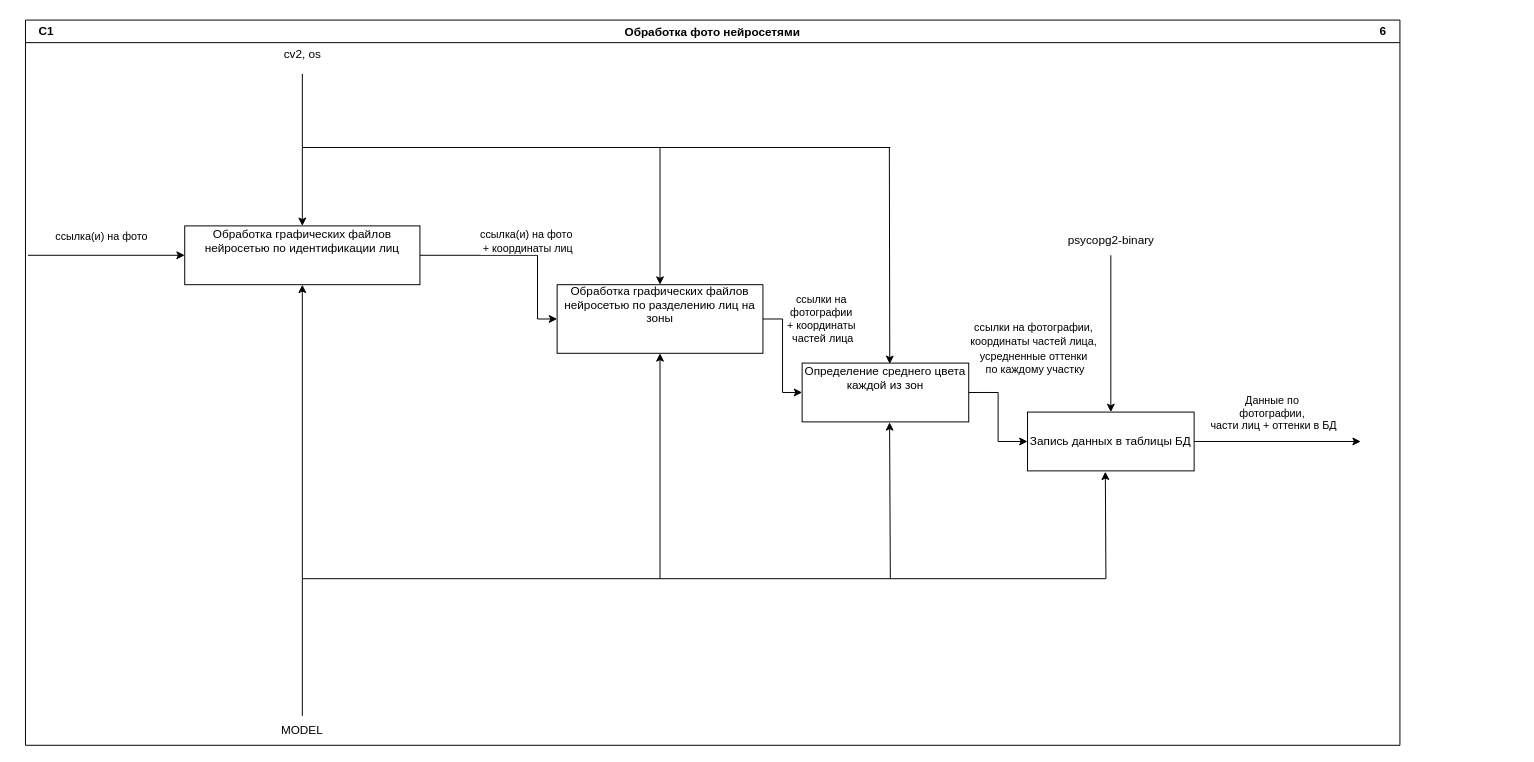
This is page "Обработка фото нейросетями (С1)" (6 of 7) of documentation/Диаграмма без названия.drawio from DashaTkach/Project, a draw.io file, before an edit. Source tidied: cells renumbered, new cells numbered last; positions are measured from the earlier drawing's top-left corner, leaving out a move shared by most shapes. Both pictures are drawn from the tidied source at 98%, with x=0, y=0 at pixel (17, 17).
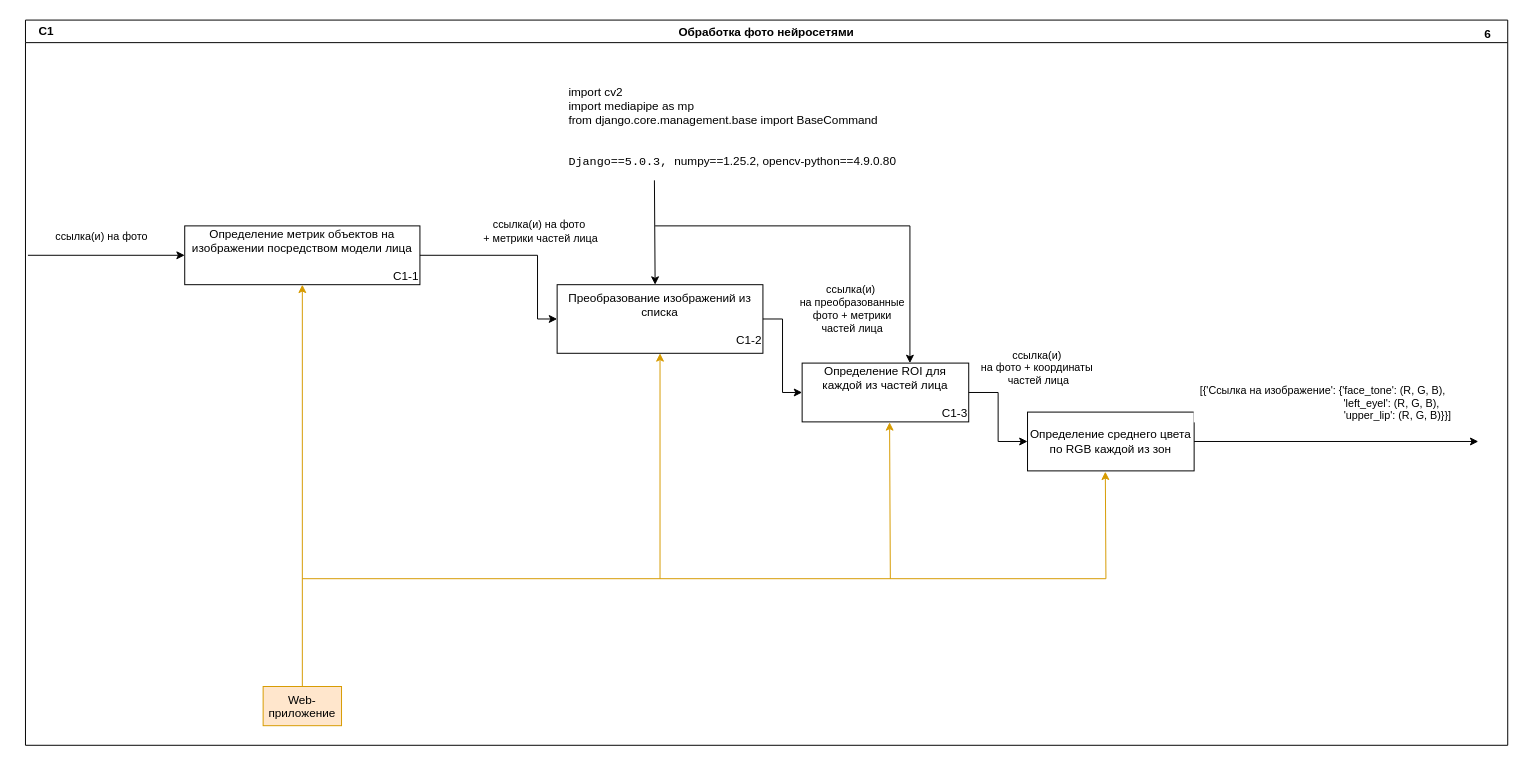
Above is the later version.

What changed in the source:
```diff
@@
-    <mxCell id="2" value="Обработка графических файлов нейросетью по идентификации лиц&lt;br&gt;&lt;br&gt;&lt;div style=&quot;text-align: right;&quot;&gt;&lt;br&gt;&lt;/div&gt;" style="rounded=0;whiteSpace=wrap;html=1;" parent="1" vertex="1">
+    <mxCell id="2" value="&lt;div style=&quot;&quot;&gt;Определение метрик объектов на изображении посредством модели лица&lt;/div&gt;&lt;div style=&quot;&quot;&gt;&lt;br&gt;&lt;/div&gt;&lt;div style=&quot;text-align: right;&quot;&gt;С1-1&lt;/div&gt;" style="rounded=0;whiteSpace=wrap;html=1;align=center;" parent="1" vertex="1">
       <mxGeometry x="171" y="213" width="240" height="60" as="geometry" />
     </mxCell>
-    <mxCell id="3" value="Обработка графических файлов нейросетью по разделению лиц на зоны&lt;br&gt;&lt;br&gt;&lt;div style=&quot;text-align: right;&quot;&gt;&lt;br&gt;&lt;/div&gt;" style="rounded=0;whiteSpace=wrap;html=1;" parent="1" vertex="1">
+    <mxCell id="3" value="&lt;div style=&quot;&quot;&gt;Преобразование изображений из списка&lt;/div&gt;&lt;div style=&quot;text-align: right;&quot;&gt;&lt;br&gt;&lt;/div&gt;&lt;div style=&quot;text-align: right;&quot;&gt;С1-2&lt;/div&gt;" style="rounded=0;whiteSpace=wrap;html=1;" parent="1" vertex="1">
       <mxGeometry x="551" y="273" width="210" height="70" as="geometry" />
     </mxCell>
-    <mxCell id="4" value="Определение среднего цвета каждой из зон&lt;br&gt;&lt;br&gt;&lt;div style=&quot;text-align: right;&quot;&gt;&lt;br&gt;&lt;/div&gt;" style="rounded=0;whiteSpace=wrap;html=1;" parent="1" vertex="1">
+    <mxCell id="4" value="&lt;div style=&quot;&quot;&gt;Определение ROI для каждой из частей лица&lt;/div&gt;&lt;div style=&quot;&quot;&gt;&lt;br&gt;&lt;/div&gt;&lt;div style=&quot;text-align: right;&quot;&gt;С1-3&lt;/div&gt;" style="rounded=0;whiteSpace=wrap;html=1;align=center;" parent="1" vertex="1">
       <mxGeometry x="801" y="353" width="170" height="60" as="geometry" />
     </mxCell>
@@
-    <mxCell id="9" style="endArrow=classic;html=1;rounded=0;entryX=0.5;entryY=1;entryDx=0;entryDy=0;exitX=0.5;exitY=0;exitDx=0;exitDy=0;" parent="1" edge="1" source="10" target="2">
+    <mxCell id="9" style="endArrow=classic;html=1;rounded=0;entryX=0.5;entryY=1;entryDx=0;entryDy=0;exitX=0.5;exitY=0;exitDx=0;exitDy=0;fillColor=#ffe6cc;strokeColor=#d79b00;" parent="1" edge="1" source="34" target="2">
       <mxGeometry relative="1" as="geometry" />
     </mxCell>
-    <mxCell id="10" value="MODEL" style="text;html=1;align=center;verticalAlign=middle;whiteSpace=wrap;rounded=0;" parent="1" vertex="1">
-      <mxGeometry x="261" y="713" width="60" height="30" as="geometry" />
-    </mxCell>
-    <mxCell id="11" style="endArrow=none;html=1;rounded=0;" parent="1" edge="1">
+    <mxCell id="11" style="endArrow=none;html=1;rounded=0;fillColor=#ffe6cc;strokeColor=#d79b00;" parent="1" edge="1">
       <mxGeometry relative="1" as="geometry">
         <mxPoint x="291" y="573" as="sourcePoint" />
         <mxPoint x="1111" y="573" as="targetPoint" />
       </mxGeometry>
     </mxCell>
-    <mxCell id="12" style="endArrow=classic;html=1;rounded=0;entryX=0.5;entryY=1;entryDx=0;entryDy=0;" parent="1" edge="1" target="3">
+    <mxCell id="12" style="endArrow=classic;html=1;rounded=0;entryX=0.5;entryY=1;entryDx=0;entryDy=0;fillColor=#ffe6cc;strokeColor=#d79b00;" parent="1" edge="1" target="3">
       <mxGeometry relative="1" as="geometry">
         <mxPoint x="656" y="573" as="sourcePoint" />
       </mxGeometry>
     </mxCell>
-    <mxCell id="13" style="endArrow=classic;html=1;rounded=0;entryX=0.525;entryY=1.007;entryDx=0;entryDy=0;entryPerimeter=0;" parent="1" edge="1" target="4">
+    <mxCell id="13" style="endArrow=classic;html=1;rounded=0;entryX=0.525;entryY=1.007;entryDx=0;entryDy=0;entryPerimeter=0;fillColor=#ffe6cc;strokeColor=#d79b00;" parent="1" edge="1" target="4">
       <mxGeometry relative="1" as="geometry">
         <mxPoint x="891" y="573" as="sourcePoint" />
       </mxGeometry>
     </mxCell>
@@
-    <mxCell id="15" style="endArrow=classic;html=1;rounded=0;exitX=0.5;exitY=1;exitDx=0;exitDy=0;entryX=0.5;entryY=0;entryDx=0;entryDy=0;" parent="1" edge="1" target="2">
-      <mxGeometry relative="1" as="geometry">
-        <mxPoint x="291" y="58" as="sourcePoint" />
-      </mxGeometry>
-    </mxCell>
-    <mxCell id="16" style="endArrow=classic;html=1;rounded=0;entryX=0.5;entryY=0;entryDx=0;entryDy=0;" parent="1" edge="1" target="3">
+    <mxCell id="16" style="endArrow=classic;html=1;rounded=0;exitX=0.241;exitY=0.983;exitDx=0;exitDy=0;exitPerimeter=0;" parent="1" edge="1" source="35">
       <mxGeometry relative="1" as="geometry">
-        <mxPoint x="656" y="133" as="sourcePoint" />
+        <mxPoint x="651" y="273" as="targetPoint" />
       </mxGeometry>
     </mxCell>
-    <mxCell id="17" value="cv2, os" style="text;html=1;align=center;verticalAlign=middle;whiteSpace=wrap;rounded=0;" parent="1" vertex="1">
-      <mxGeometry x="208.5" y="23" width="165" height="30" as="geometry" />
-    </mxCell>
-    <mxCell id="18" style="endArrow=classic;html=1;rounded=0;entryX=0.526;entryY=0.015;entryDx=0;entryDy=0;entryPerimeter=0;" parent="1" edge="1" target="4">
-      <mxGeometry relative="1" as="geometry">
-        <mxPoint x="890" y="133" as="sourcePoint" />
-      </mxGeometry>
-    </mxCell>
-    <mxCell id="19" value="ссылка(и) на фото&amp;nbsp;&lt;div&gt;+ координаты лиц&lt;/div&gt;" style="edgeLabel;html=1;align=center;verticalAlign=middle;" parent="1" vertex="1">
+    <mxCell id="19" value="ссылка(и) на фото&amp;nbsp;&lt;div&gt;+ метрики частей лица&lt;/div&gt;" style="edgeLabel;html=1;align=center;verticalAlign=middle;" parent="1" vertex="1">
       <mxGeometry x="511" y="223" as="geometry">
-        <mxPoint x="9" y="5" as="offset" />
+        <mxPoint x="22" y="-5" as="offset" />
       </mxGeometry>
     </mxCell>
-    <mxCell id="20" style="endArrow=none;html=1;rounded=0;" parent="1" edge="1">
-      <mxGeometry relative="1" as="geometry">
-        <mxPoint x="291" y="133" as="sourcePoint" />
-        <mxPoint x="891" y="133" as="targetPoint" />
-      </mxGeometry>
-    </mxCell>
-    <mxCell id="21" value="&lt;div style=&quot;&quot;&gt;Запись данных в таблицы БД&lt;/div&gt;" style="rounded=0;whiteSpace=wrap;html=1;align=center;" parent="1" vertex="1">
+    <mxCell id="21" value="&lt;div style=&quot;&quot;&gt;Определение среднего цвета по RGB каждой из зон&lt;br&gt;&lt;/div&gt;" style="rounded=0;whiteSpace=wrap;html=1;align=center;" parent="1" vertex="1">
       <mxGeometry x="1031" y="403" width="170" height="60" as="geometry" />
     </mxCell>
     <mxCell id="22" style="endArrow=classic;html=1;rounded=0;exitX=1;exitY=0.5;exitDx=0;exitDy=0;" parent="1" edge="1" source="21">
       <mxGeometry relative="1" as="geometry">
-        <mxPoint x="1371" y="433" as="targetPoint" />
+        <mxPoint x="1491" y="433" as="targetPoint" />
       </mxGeometry>
     </mxCell>
-    <mxCell id="23" style="endArrow=classic;html=1;rounded=0;entryX=0.467;entryY=1.013;entryDx=0;entryDy=0;entryPerimeter=0;" parent="1" edge="1" target="21">
+    <mxCell id="23" style="endArrow=classic;html=1;rounded=0;entryX=0.467;entryY=1.013;entryDx=0;entryDy=0;entryPerimeter=0;fillColor=#ffe6cc;strokeColor=#d79b00;" parent="1" edge="1" target="21">
       <mxGeometry relative="1" as="geometry">
         <mxPoint x="1111" y="573" as="sourcePoint" />
       </mxGeometry>
     </mxCell>
     <mxCell id="24" value="Обработка фото нейросетями" style="swimlane;" parent="1" vertex="1">
-      <mxGeometry x="8.5" y="3" width="1402.5" height="740" as="geometry" />
+      <mxGeometry x="8.5" y="3" width="1512.5" height="740" as="geometry" />
     </mxCell>
@@
     <mxCell id="26" value="&lt;b&gt;6&lt;/b&gt;" style="text;html=1;align=center;verticalAlign=middle;whiteSpace=wrap;rounded=0;" parent="24" vertex="1">
-      <mxGeometry x="1355.5" y="-3" width="60" height="30" as="geometry" />
+      <mxGeometry x="1462.5" width="60" height="30" as="geometry" />
     </mxCell>
-    <mxCell id="27" value="Данные по&amp;nbsp;&lt;div&gt;фотографии,&amp;nbsp;&lt;div&gt;части лиц + оттенки в БД&lt;/div&gt;&lt;/div&gt;" style="edgeLabel;html=1;align=center;verticalAlign=middle;" parent="24" vertex="1">
-      <mxGeometry x="1252.5" y="410" as="geometry">
-        <mxPoint x="20" y="-10" as="offset" />
-      </mxGeometry>
-    </mxCell>
-    <mxCell id="28" value="ссылки на&amp;nbsp;&lt;div&gt;фотографии&amp;nbsp;&lt;div&gt;+ координаты&amp;nbsp;&lt;/div&gt;&lt;div&gt;частей лица&lt;/div&gt;&lt;/div&gt;" style="edgeLabel;html=1;align=center;verticalAlign=middle;" parent="24" vertex="1">
-      <mxGeometry x="822.5" y="350" as="geometry">
+    <mxCell id="28" value="ссылка(и)&amp;nbsp;&lt;div&gt;на преобразованные&lt;div&gt;&amp;nbsp;фото + метрики&amp;nbsp;&lt;/div&gt;&lt;div&gt;частей лица&lt;/div&gt;&lt;/div&gt;" style="edgeLabel;html=1;align=center;verticalAlign=middle;" parent="24" vertex="1">
+      <mxGeometry x="852.5" y="340" as="geometry">
         <mxPoint x="-10" y="-46" as="offset" />
       </mxGeometry>
     </mxCell>
-    <mxCell id="29" value="&lt;div style=&quot;text-align: center;&quot;&gt;&lt;span style=&quot;font-size: 11px; text-wrap: nowrap; background-color: rgb(255, 255, 255);&quot;&gt;ссылки на фотографии,&amp;nbsp;&lt;/span&gt;&lt;/div&gt;&lt;div style=&quot;text-align: center;&quot;&gt;&lt;span style=&quot;font-size: 11px; text-wrap: nowrap; background-color: rgb(255, 255, 255);&quot;&gt;координаты частей лица,&amp;nbsp;&lt;/span&gt;&lt;/div&gt;&lt;div style=&quot;text-align: center;&quot;&gt;&lt;span style=&quot;font-size: 11px; text-wrap: nowrap; background-color: rgb(255, 255, 255);&quot;&gt;усредненные оттенки&amp;nbsp;&lt;/span&gt;&lt;/div&gt;&lt;div style=&quot;text-align: center;&quot;&gt;&lt;span style=&quot;font-size: 11px; text-wrap: nowrap; background-color: rgb(255, 255, 255);&quot;&gt;по каждому участку&lt;/span&gt;&lt;/div&gt;" style="text;whiteSpace=wrap;html=1;" parent="24" vertex="1">
-      <mxGeometry x="962.5" y="300" width="180" height="80" as="geometry" />
-    </mxCell>
-    <mxCell id="30" value="psycopg2-binary" style="text;html=1;align=center;verticalAlign=middle;points=[];strokeColor=none;fillColor=none;" parent="24" vertex="1">
-      <mxGeometry x="1052.5" y="210" width="110" height="30" as="geometry" />
-    </mxCell>
-    <mxCell id="31" style="endArrow=classic;html=1;rounded=0;entryX=0.5;entryY=0;entryDx=0;entryDy=0;" parent="1" edge="1" source="30" target="21">
-      <mxGeometry relative="1" as="geometry" />
-    </mxCell>
+    <mxCell id="32" value="&lt;div&gt;[{'Ссылка на изображение': {'face_tone': (R, G, B),&lt;/div&gt;&lt;div&gt;&amp;nbsp; &amp;nbsp; &amp;nbsp; &amp;nbsp; &amp;nbsp; &amp;nbsp; &amp;nbsp; &amp;nbsp; &amp;nbsp; &amp;nbsp; &amp;nbsp; &amp;nbsp; &amp;nbsp; &amp;nbsp; &amp;nbsp; &amp;nbsp; &amp;nbsp; &amp;nbsp; &amp;nbsp; &amp;nbsp; &amp;nbsp; &amp;nbsp; &amp;nbsp; 'left_eyel': (R, G, B),&lt;/div&gt;&lt;div&gt;&amp;nbsp; &amp;nbsp; &amp;nbsp; &amp;nbsp; &amp;nbsp; &amp;nbsp; &amp;nbsp; &amp;nbsp; &amp;nbsp; &amp;nbsp; &amp;nbsp; &amp;nbsp; &amp;nbsp; &amp;nbsp; &amp;nbsp; &amp;nbsp; &amp;nbsp; &amp;nbsp; &amp;nbsp; &amp;nbsp; &amp;nbsp; &amp;nbsp; &amp;nbsp; &amp;nbsp; &amp;nbsp; 'upper_lip': (R, G, B)}}]&lt;/div&gt;" style="edgeLabel;html=1;align=center;verticalAlign=middle;" parent="24" vertex="1">
+      <mxGeometry x="1302.5" y="400" as="geometry">
+        <mxPoint x="20" y="-10" as="offset" />
+      </mxGeometry>
+    </mxCell>
+    <mxCell id="33" value="ссылка(и)&amp;nbsp;&lt;div&gt;на фото + координаты&amp;nbsp;&lt;div&gt;частей лица&lt;/div&gt;&lt;/div&gt;" style="edgeLabel;html=1;align=center;verticalAlign=middle;" parent="24" vertex="1">
+      <mxGeometry x="1042.5" y="400" as="geometry">
+        <mxPoint x="-10" y="-46" as="offset" />
+      </mxGeometry>
+    </mxCell>
+    <mxCell id="34" value="&lt;span style=&quot;color: rgb(0, 0, 0); font-family: Helvetica; font-size: 12px; font-style: normal; font-variant-ligatures: normal; font-variant-caps: normal; font-weight: 400; letter-spacing: normal; orphans: 2; text-indent: 0px; text-transform: none; widows: 2; word-spacing: 0px; -webkit-text-stroke-width: 0px; white-space: normal; text-decoration-thickness: initial; text-decoration-style: initial; text-decoration-color: initial; float: none; display: inline !important;&quot;&gt;Web-приложение&lt;/span&gt;" style="text;whiteSpace=wrap;html=1;fillColor=#ffe6cc;strokeColor=#d79b00;align=center;labelBackgroundColor=none;" parent="24" vertex="1">
+      <mxGeometry x="242.5" y="680" width="80" height="40" as="geometry" />
+    </mxCell>
+    <mxCell id="35" value="&lt;div style=&quot;&quot;&gt;&lt;div&gt;&lt;span style=&quot;&quot;&gt;import &lt;/span&gt;cv2&lt;br&gt;&lt;span style=&quot;&quot;&gt;import &lt;/span&gt;mediapipe &lt;span style=&quot;&quot;&gt;as &lt;/span&gt;mp&lt;br&gt;&lt;span style=&quot;&quot;&gt;from &lt;/span&gt;django.core.management.base &lt;span style=&quot;&quot;&gt;import &lt;/span&gt;BaseCommand&lt;/div&gt;&lt;div&gt;&lt;br&gt;&lt;/div&gt;&lt;div&gt;&lt;pre style=&quot;&quot;&gt;Django==5.0.3, &lt;font face=&quot;Helvetica&quot;&gt;numpy==1.25.2, opencv-python==4.9.0.80&lt;/font&gt;&lt;/pre&gt;&lt;/div&gt;&lt;/div&gt;" style="text;whiteSpace=wrap;html=1;fontFamily=Helvetica;labelBackgroundColor=default;fontColor=default;" parent="24" vertex="1">
+      <mxGeometry x="552.5" y="60" width="370" height="90" as="geometry" />
+    </mxCell>
+    <mxCell id="36" style="endArrow=none;html=1;rounded=0;" parent="24" edge="1">
+      <mxGeometry relative="1" as="geometry">
+        <mxPoint x="642.5" y="210" as="sourcePoint" />
+        <mxPoint x="902.5" y="210" as="targetPoint" />
+      </mxGeometry>
+    </mxCell>
+    <mxCell id="37" style="endArrow=classic;html=1;rounded=0;" parent="24" edge="1">
+      <mxGeometry relative="1" as="geometry">
+        <mxPoint x="902.5" y="210" as="sourcePoint" />
+        <mxPoint x="902.5" y="350" as="targetPoint" />
+      </mxGeometry>
+    </mxCell>
```
